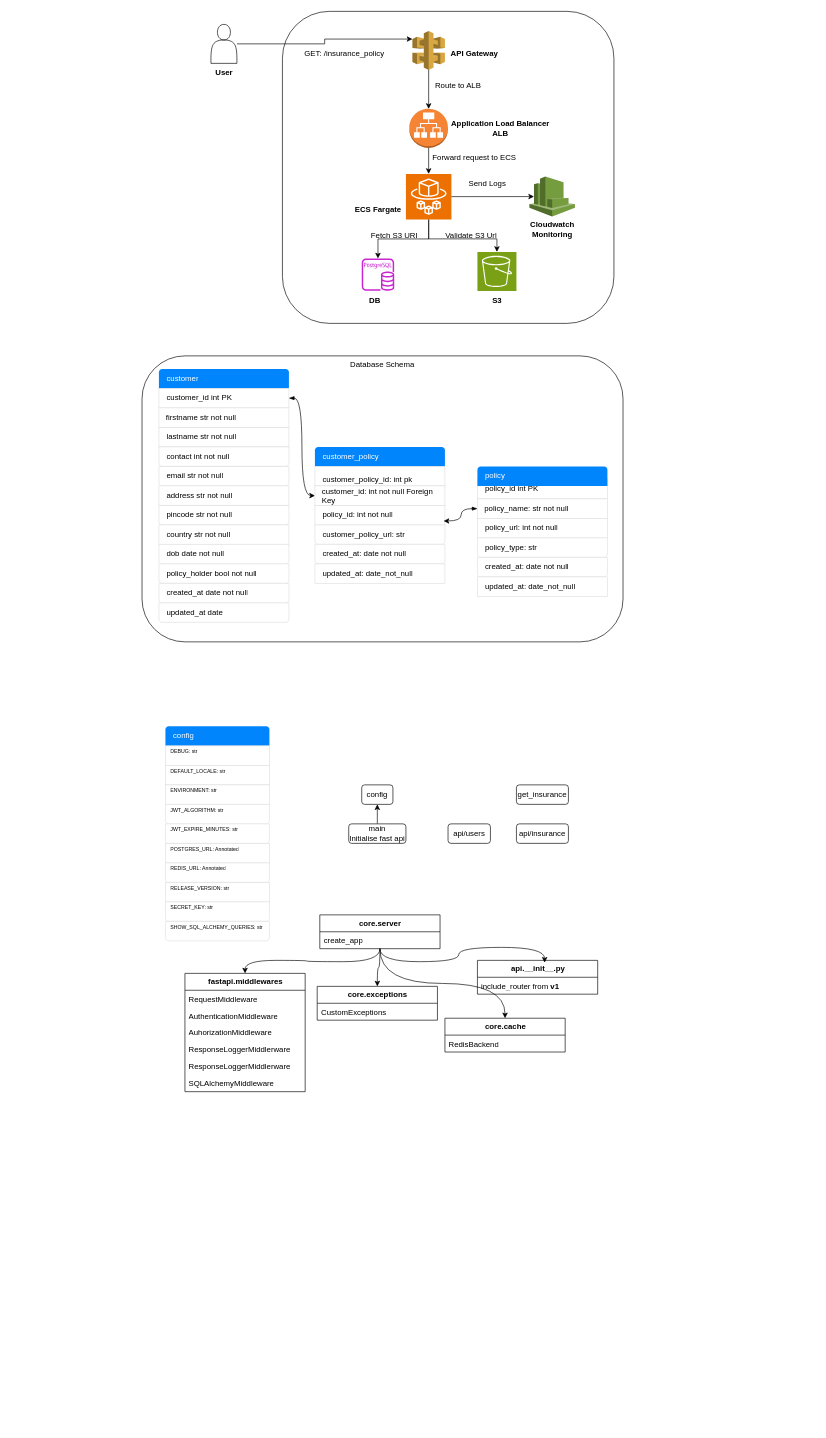
Above: insurance-api.drawio in ashutoshkesarwani999/insurance-api (draw.io), before the change. Source tidied: cells renumbered, new cells numbered last; positions are measured from the earlier drawing's top-left corner, leaving out a move shared by most shapes. Both pictures are drawn from the tidied source at 65%, with x=0, y=0 at pixel (142, 11).
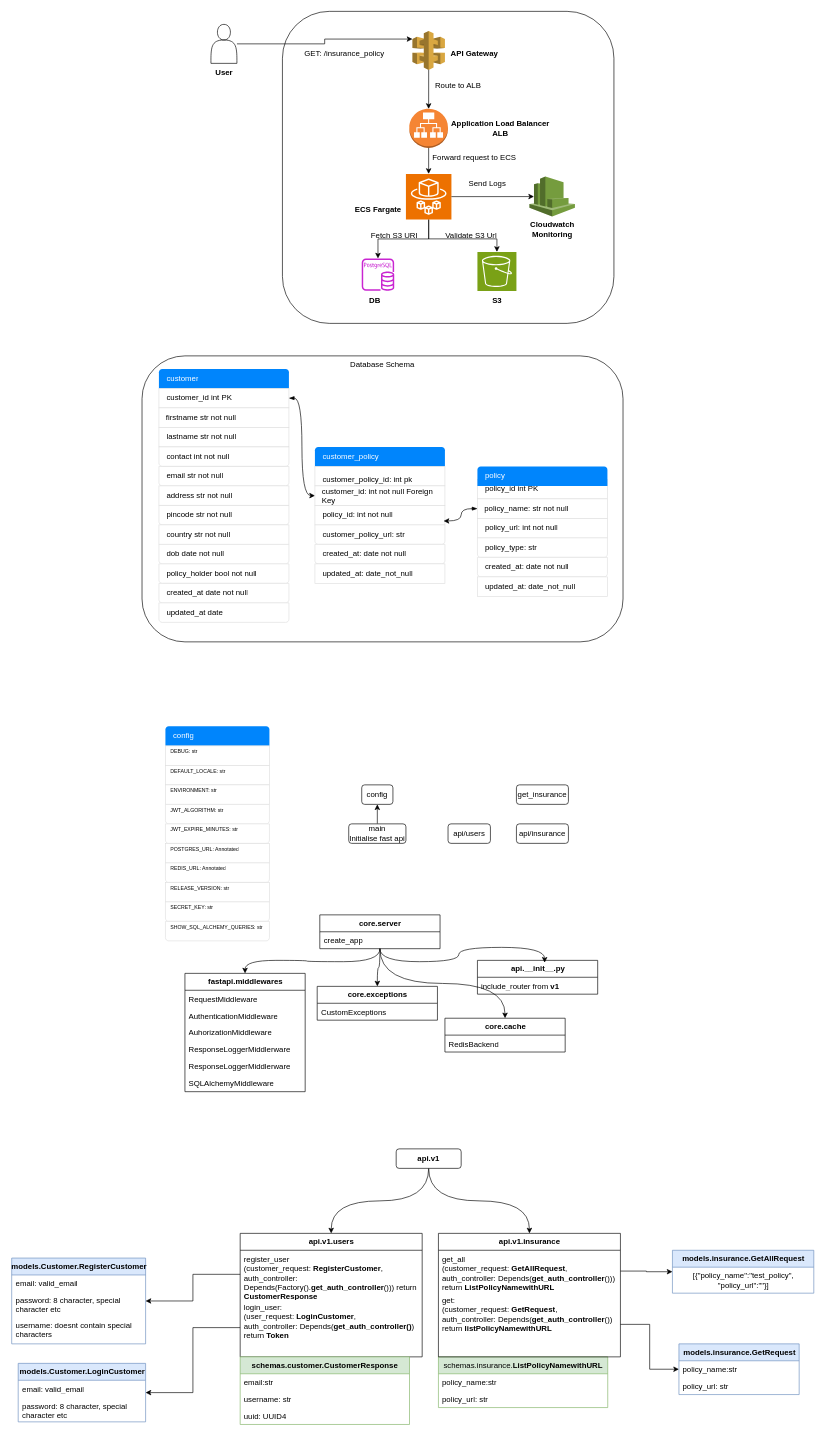
Above is the later version.

Commit message:
docs: Added Fast API Diagram

What changed in the source:
```diff
@@
+    <mxCell id="99" value="schemas.insurance.&lt;span style=&quot;text-wrap: wrap;&quot;&gt;&lt;b&gt;ListPolicyNamewithURL&lt;/b&gt;&lt;/span&gt;" style="swimlane;fontStyle=0;horizontal=1;startSize=26;fillColor=#d5e8d4;html=1;strokeColor=#82b366;" parent="1" vertex="1">
+      <mxGeometry x="456" y="2070" width="260.5" height="78" as="geometry" />
+    </mxCell>
+    <mxCell id="100" value="policy_name:str" style="text;strokeColor=none;fillColor=none;align=left;verticalAlign=top;spacingLeft=4;spacingRight=4;overflow=hidden;whiteSpace=wrap;html=1;" parent="99" vertex="1">
+      <mxGeometry y="26" width="260.5" height="26" as="geometry" />
+    </mxCell>
+    <mxCell id="101" value="policy_url: str" style="text;strokeColor=none;fillColor=none;align=left;verticalAlign=top;spacingLeft=4;spacingRight=4;overflow=hidden;whiteSpace=wrap;html=1;" parent="99" vertex="1">
+      <mxGeometry y="52" width="260.5" height="26" as="geometry" />
+    </mxCell>
+    <mxCell id="102" style="edgeStyle=orthogonalEdgeStyle;rounded=0;jettySize=auto;html=1;entryX=0.5;entryY=0;entryDx=0;entryDy=0;curved=1;" parent="1" edge="1" source="104" target="105">
+      <mxGeometry relative="1" as="geometry" />
+    </mxCell>
+    <mxCell id="103" style="edgeStyle=orthogonalEdgeStyle;rounded=0;jettySize=auto;html=1;exitX=0.5;exitY=1;exitDx=0;exitDy=0;entryX=0.5;entryY=0;entryDx=0;entryDy=0;curved=1;" parent="1" edge="1" source="104" target="118">
+      <mxGeometry relative="1" as="geometry" />
+    </mxCell>
+    <mxCell id="104" value="api.v1" style="rounded=1;whiteSpace=wrap;html=1;fontStyle=1;" parent="1" vertex="1">
+      <mxGeometry x="391" y="1750" width="100" height="30" as="geometry" />
+    </mxCell>
+    <mxCell id="105" value="&lt;span style=&quot;text-wrap: wrap;&quot;&gt;api.v1.users&lt;/span&gt;" style="swimlane;fontStyle=1;horizontal=1;startSize=26;fillColor=none;html=1;" parent="1" vertex="1">
+      <mxGeometry x="151" y="1880" width="280" height="190" as="geometry" />
+    </mxCell>
+    <mxCell id="106" value="&lt;span style=&quot;text-align: center;&quot;&gt;register_user&lt;br&gt;(customer_request: &lt;b&gt;RegisterCustomer&lt;/b&gt;,&lt;br&gt;auth_controller: Depends(Factory().&lt;b&gt;get_auth_controller&lt;/b&gt;())) return &lt;b&gt;CustomerResponse&lt;/b&gt;&lt;/span&gt;" style="text;strokeColor=none;fillColor=none;align=left;verticalAlign=top;spacingLeft=4;spacingRight=4;overflow=hidden;points=[[0,0.5],[1,0.5]];portConstraint=eastwest;whiteSpace=wrap;html=1;" parent="105" vertex="1">
+      <mxGeometry y="26" width="280" height="74" as="geometry" />
+    </mxCell>
+    <mxCell id="107" value="&lt;span style=&quot;text-align: center;&quot;&gt;login_user:&amp;nbsp;&lt;br&gt;&lt;/span&gt;&lt;span style=&quot;text-align: center;&quot;&gt;(user_request: &lt;b&gt;LoginCustomer&lt;/b&gt;,&lt;/span&gt;&lt;br style=&quot;text-align: center;&quot;&gt;&lt;span style=&quot;text-align: center;&quot;&gt;auth_controller: Depends(&lt;b&gt;get_auth_controller()&lt;/b&gt;) return &lt;b&gt;Token&lt;/b&gt;&lt;/span&gt;&lt;span style=&quot;text-align: center;&quot;&gt;&lt;br&gt;&lt;/span&gt;" style="text;strokeColor=none;fillColor=none;align=left;verticalAlign=top;spacingLeft=4;spacingRight=4;overflow=hidden;points=[[0,0.5],[1,0.5]];portConstraint=eastwest;whiteSpace=wrap;html=1;" parent="105" vertex="1">
+      <mxGeometry y="100" width="280" height="90" as="geometry" />
+    </mxCell>
+    <mxCell id="108" value="models.Customer.RegisterCustomer" style="swimlane;fontStyle=1;horizontal=1;startSize=26;fillColor=#dae8fc;html=1;strokeColor=#6c8ebf;" parent="1" vertex="1">
+      <mxGeometry x="-200.5" y="1918" width="206" height="132" as="geometry" />
+    </mxCell>
+    <mxCell id="109" value="&lt;span style=&quot;text-align: center;&quot;&gt;email: valid_email&lt;/span&gt;" style="text;strokeColor=none;fillColor=none;align=left;verticalAlign=top;spacingLeft=4;spacingRight=4;overflow=hidden;whiteSpace=wrap;html=1;" parent="108" vertex="1">
+      <mxGeometry y="26" width="206" height="26" as="geometry" />
+    </mxCell>
+    <mxCell id="110" value="password: 8 character, special character etc" style="text;strokeColor=none;fillColor=none;align=left;verticalAlign=top;spacingLeft=4;spacingRight=4;overflow=hidden;whiteSpace=wrap;html=1;" parent="108" vertex="1">
+      <mxGeometry y="52" width="206" height="38" as="geometry" />
+    </mxCell>
+    <mxCell id="111" value="username: doesnt contain special characters" style="text;strokeColor=none;fillColor=none;align=left;verticalAlign=top;spacingLeft=4;spacingRight=4;overflow=hidden;whiteSpace=wrap;html=1;" parent="108" vertex="1">
+      <mxGeometry y="90" width="206" height="42" as="geometry" />
+    </mxCell>
+    <mxCell id="112" value="models.insurance.GetRequest" style="swimlane;fontStyle=1;horizontal=1;startSize=26;fillColor=#dae8fc;html=1;strokeColor=#6c8ebf;" parent="1" vertex="1">
+      <mxGeometry x="826" y="2050" width="185" height="78" as="geometry" />
+    </mxCell>
+    <mxCell id="113" value="policy_name:str" style="text;strokeColor=none;fillColor=none;align=left;verticalAlign=top;spacingLeft=4;spacingRight=4;overflow=hidden;whiteSpace=wrap;html=1;" parent="112" vertex="1">
+      <mxGeometry y="26" width="185" height="26" as="geometry" />
+    </mxCell>
+    <mxCell id="114" value="policy_url: str" style="text;strokeColor=none;fillColor=none;align=left;verticalAlign=top;spacingLeft=4;spacingRight=4;overflow=hidden;whiteSpace=wrap;html=1;" parent="112" vertex="1">
+      <mxGeometry y="52" width="185" height="26" as="geometry" />
+    </mxCell>
+    <mxCell id="115" value="models.Customer.LoginCustomer" style="swimlane;fontStyle=1;horizontal=1;startSize=26;fillColor=#dae8fc;html=1;strokeColor=#6c8ebf;" parent="1" vertex="1">
+      <mxGeometry x="-190.5" y="2080" width="196" height="90" as="geometry" />
+    </mxCell>
+    <mxCell id="116" value="&lt;span style=&quot;text-align: center;&quot;&gt;email: valid_email&lt;/span&gt;" style="text;strokeColor=none;fillColor=none;align=left;verticalAlign=top;spacingLeft=4;spacingRight=4;overflow=hidden;whiteSpace=wrap;html=1;" parent="115" vertex="1">
+      <mxGeometry y="26" width="196" height="26" as="geometry" />
+    </mxCell>
+    <mxCell id="117" value="password: 8 character, special character etc" style="text;strokeColor=none;fillColor=none;align=left;verticalAlign=top;spacingLeft=4;spacingRight=4;overflow=hidden;whiteSpace=wrap;html=1;" parent="115" vertex="1">
+      <mxGeometry y="52" width="196" height="38" as="geometry" />
+    </mxCell>
+    <mxCell id="118" value="&lt;span style=&quot;text-wrap: wrap;&quot;&gt;api.v1.insurance&lt;/span&gt;" style="swimlane;fontStyle=1;horizontal=1;startSize=26;fillColor=none;html=1;" parent="1" vertex="1">
+      <mxGeometry x="456" y="1880" width="280" height="190" as="geometry" />
+    </mxCell>
+    <mxCell id="119" value="&lt;span style=&quot;text-align: center;&quot;&gt;get_all&lt;br&gt;(customer_request: &lt;b&gt;GetAllRequest&lt;/b&gt;,&lt;br&gt;auth_controller: Depends(&lt;/span&gt;&lt;span style=&quot;text-align: center;&quot;&gt;&lt;b&gt;get_auth_controller&lt;/b&gt;()&lt;/span&gt;&lt;span style=&quot;text-align: center;&quot;&gt;)) return &lt;b&gt;ListPolicyNamewithURL&lt;/b&gt;&lt;/span&gt;" style="text;strokeColor=none;fillColor=none;align=left;verticalAlign=top;spacingLeft=4;spacingRight=4;overflow=hidden;points=[[0,0.5],[1,0.5]];portConstraint=eastwest;whiteSpace=wrap;html=1;" parent="118" vertex="1">
+      <mxGeometry y="26" width="280" height="64" as="geometry" />
+    </mxCell>
+    <mxCell id="120" value="&lt;span style=&quot;text-align: center;&quot;&gt;get:&amp;nbsp;&lt;br&gt;&lt;/span&gt;&lt;span style=&quot;text-align: center;&quot;&gt;(customer_request: &lt;b&gt;GetRequest&lt;/b&gt;,&lt;/span&gt;&lt;br style=&quot;text-align: center;&quot;&gt;&lt;span style=&quot;text-align: center;&quot;&gt;auth_controller: Depends(&lt;/span&gt;&lt;span style=&quot;text-align: center;&quot;&gt;&lt;b&gt;get_auth_controller&lt;/b&gt;()&lt;/span&gt;&lt;span style=&quot;text-align: center;&quot;&gt;) return &lt;b&gt;listPolicyNamewithURL&lt;/b&gt;&lt;/span&gt;&lt;span style=&quot;text-align: center;&quot;&gt;&lt;br&gt;&lt;/span&gt;" style="text;strokeColor=none;fillColor=none;align=left;verticalAlign=top;spacingLeft=4;spacingRight=4;overflow=hidden;points=[[0,0.5],[1,0.5]];portConstraint=eastwest;whiteSpace=wrap;html=1;" parent="118" vertex="1">
+      <mxGeometry y="90" width="280" height="100" as="geometry" />
+    </mxCell>
+    <mxCell id="121" value="models.insurance.GetAllRequest" style="swimlane;fontStyle=1;horizontal=1;startSize=26;fillColor=#dae8fc;html=1;strokeColor=#6c8ebf;" parent="1" vertex="1">
+      <mxGeometry x="816" y="1906" width="217.5" height="66" as="geometry" />
+    </mxCell>
+    <mxCell id="122" value="&lt;span style=&quot;text-wrap: wrap;&quot;&gt;[{&quot;policy_name&quot;:&quot;test_policy&quot;,&lt;/span&gt;&lt;br style=&quot;text-wrap: wrap;&quot;&gt;&lt;span style=&quot;text-wrap: wrap;&quot;&gt;&quot;policy_url&quot;:&quot;&quot;}]&lt;/span&gt;" style="text;html=1;align=center;verticalAlign=middle;strokeColor=none;fillColor=none;" parent="121" vertex="1">
+      <mxGeometry y="26" width="217.5" height="40" as="geometry" />
+    </mxCell>
+    <mxCell id="123" value="&lt;b&gt;schemas.customer.&lt;span style=&quot;text-wrap: wrap;&quot;&gt;CustomerResponse&lt;/span&gt;&lt;/b&gt;" style="swimlane;fontStyle=0;horizontal=1;startSize=26;fillColor=#d5e8d4;html=1;strokeColor=#82b366;" parent="1" vertex="1">
+      <mxGeometry x="151" y="2070" width="260.5" height="104" as="geometry" />
+    </mxCell>
+    <mxCell id="124" value="email:str" style="text;strokeColor=none;fillColor=none;align=left;verticalAlign=top;spacingLeft=4;spacingRight=4;overflow=hidden;whiteSpace=wrap;html=1;" parent="123" vertex="1">
+      <mxGeometry y="26" width="260.5" height="26" as="geometry" />
+    </mxCell>
+    <mxCell id="125" value="username: str" style="text;strokeColor=none;fillColor=none;align=left;verticalAlign=top;spacingLeft=4;spacingRight=4;overflow=hidden;whiteSpace=wrap;html=1;" parent="123" vertex="1">
+      <mxGeometry y="52" width="260.5" height="26" as="geometry" />
+    </mxCell>
+    <mxCell id="126" value="uuid: UUID4" style="text;strokeColor=none;fillColor=none;align=left;verticalAlign=top;spacingLeft=4;spacingRight=4;overflow=hidden;whiteSpace=wrap;html=1;" parent="123" vertex="1">
+      <mxGeometry y="78" width="260.5" height="26" as="geometry" />
+    </mxCell>
+    <mxCell id="127" style="edgeStyle=orthogonalEdgeStyle;rounded=0;jettySize=auto;html=1;exitX=0;exitY=0.5;exitDx=0;exitDy=0;" parent="1" edge="1" source="106" target="108">
+      <mxGeometry relative="1" as="geometry" />
+    </mxCell>
+    <mxCell id="128" style="edgeStyle=orthogonalEdgeStyle;rounded=0;jettySize=auto;html=1;entryX=1;entryY=0.5;entryDx=0;entryDy=0;" parent="1" edge="1" source="107" target="115">
+      <mxGeometry relative="1" as="geometry" />
+    </mxCell>
+    <mxCell id="129" style="edgeStyle=orthogonalEdgeStyle;rounded=0;jettySize=auto;html=1;exitX=1;exitY=0.5;exitDx=0;exitDy=0;entryX=0;entryY=0.5;entryDx=0;entryDy=0;" parent="1" edge="1" source="119" target="121">
+      <mxGeometry relative="1" as="geometry" />
+    </mxCell>
+    <mxCell id="130" style="edgeStyle=orthogonalEdgeStyle;rounded=0;jettySize=auto;html=1;exitX=1;exitY=0.5;exitDx=0;exitDy=0;entryX=0;entryY=0.5;entryDx=0;entryDy=0;" parent="1" edge="1" source="120" target="112">
+      <mxGeometry relative="1" as="geometry" />
+    </mxCell>
```
